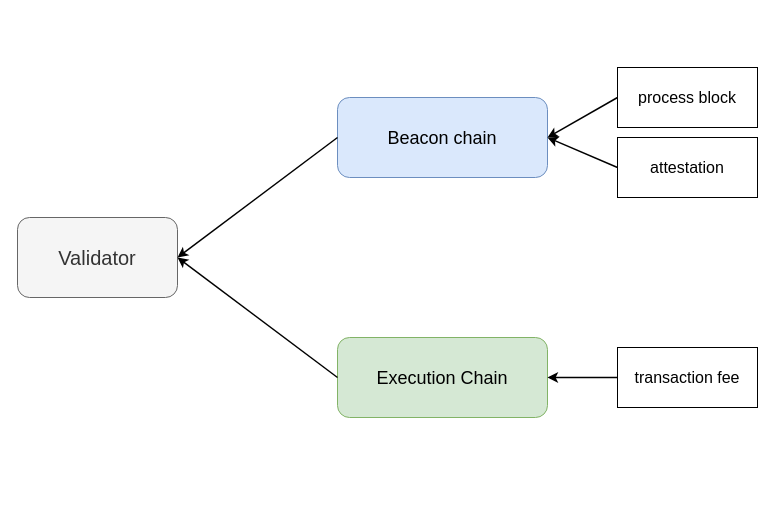
Earlier version of the draw.io diagram ethereum-research/validator & value come from.drawio (0xyicheng/a-research-diagram). Source tidied: cells renumbered, new cells numbered last; positions are measured from the earlier drawing's top-left corner, leaving out a move shared by most shapes. Both pictures are drawn from the tidied source at 100%, with x=0, y=0 at pixel (17, 67).
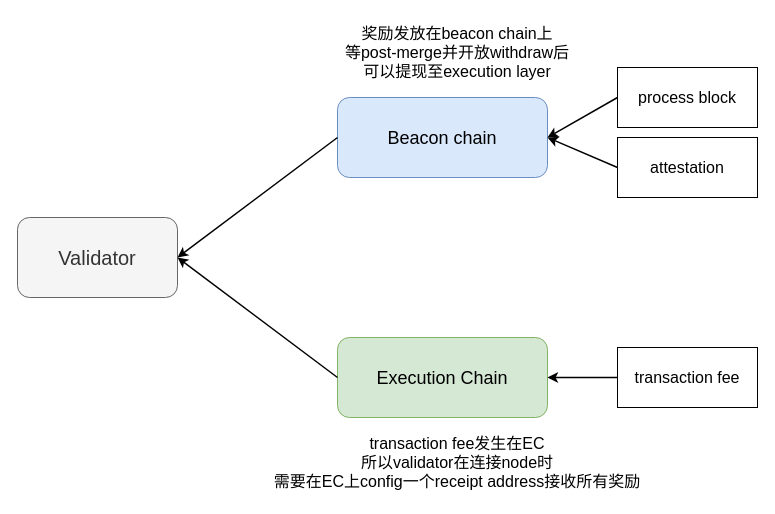
Above is the later version.

The edit, as a diff of the source:
```diff
@@
 <mxGraphModel>
   <root>
     <mxCell id="0" />
     <mxCell id="1" parent="0" />
     <mxCell id="2" value="&lt;font style=&quot;font-size: 20px;&quot;&gt;Validator&lt;/font&gt;" style="rounded=1;whiteSpace=wrap;html=1;fillColor=#f5f5f5;fontColor=#333333;strokeColor=#666666;" parent="1" vertex="1">
       <mxGeometry y="150" width="160" height="80" as="geometry" />
     </mxCell>
     <mxCell id="3" value="&lt;font style=&quot;font-size: 18px;&quot;&gt;Execution Chain&lt;/font&gt;" style="rounded=1;whiteSpace=wrap;html=1;fontSize=20;fillColor=#d5e8d4;strokeColor=#82b366;" parent="1" vertex="1">
       <mxGeometry x="320" y="270" width="210" height="80" as="geometry" />
     </mxCell>
     <mxCell id="4" value="&lt;font style=&quot;font-size: 18px;&quot;&gt;Beacon chain&lt;/font&gt;" style="rounded=1;whiteSpace=wrap;html=1;fontSize=20;fillColor=#dae8fc;strokeColor=#6c8ebf;" parent="1" vertex="1">
       <mxGeometry x="320" y="30" width="210" height="80" as="geometry" />
     </mxCell>
     <mxCell id="5" style="endArrow=classic;html=1;rounded=0;fontSize=18;strokeWidth=1.5;exitX=0;exitY=0.5;exitDx=0;exitDy=0;entryX=1;entryY=0.5;entryDx=0;entryDy=0;" parent="1" edge="1" source="4" target="2">
       <mxGeometry relative="1" as="geometry" />
     </mxCell>
     <mxCell id="6" style="endArrow=classic;html=1;rounded=0;fontSize=18;strokeWidth=1.5;exitX=0;exitY=0.5;exitDx=0;exitDy=0;entryX=1;entryY=0.5;entryDx=0;entryDy=0;" parent="1" edge="1" source="3" target="2">
       <mxGeometry relative="1" as="geometry" />
     </mxCell>
     <mxCell id="7" value="&lt;font style=&quot;font-size: 16px;&quot;&gt;process block&lt;/font&gt;" style="rounded=0;whiteSpace=wrap;html=1;fontSize=18;" parent="1" vertex="1">
       <mxGeometry x="600" width="140" height="60" as="geometry" />
     </mxCell>
     <mxCell id="8" value="&lt;font style=&quot;font-size: 16px;&quot;&gt;attestation&lt;/font&gt;" style="rounded=0;whiteSpace=wrap;html=1;fontSize=18;" parent="1" vertex="1">
       <mxGeometry x="600" y="70" width="140" height="60" as="geometry" />
     </mxCell>
     <mxCell id="9" style="endArrow=classic;html=1;rounded=0;fontSize=18;strokeWidth=1.5;exitX=0;exitY=0.5;exitDx=0;exitDy=0;entryX=1;entryY=0.5;entryDx=0;entryDy=0;" parent="1" edge="1" source="7" target="4">
       <mxGeometry relative="1" as="geometry" />
     </mxCell>
     <mxCell id="10" style="endArrow=classic;html=1;rounded=0;fontSize=18;strokeWidth=1.5;exitX=0;exitY=0.5;exitDx=0;exitDy=0;entryX=1;entryY=0.5;entryDx=0;entryDy=0;" parent="1" edge="1" source="8" target="4">
       <mxGeometry relative="1" as="geometry" />
     </mxCell>
     <mxCell id="11" value="&lt;span style=&quot;font-size: 16px;&quot;&gt;transaction fee&lt;/span&gt;" style="rounded=0;whiteSpace=wrap;html=1;fontSize=18;" parent="1" vertex="1">
       <mxGeometry x="600" y="280" width="140" height="60" as="geometry" />
     </mxCell>
     <mxCell id="12" style="endArrow=classic;html=1;rounded=0;fontSize=18;strokeWidth=1.5;exitX=0;exitY=0.5;exitDx=0;exitDy=0;entryX=1;entryY=0.5;entryDx=0;entryDy=0;" parent="1" edge="1" source="11" target="3">
       <mxGeometry relative="1" as="geometry" />
     </mxCell>
+    <mxCell id="13" value="奖励发放在beacon chain上&lt;br&gt;等post-merge并开放withdraw后&lt;br&gt;可以提现至execution layer" style="text;html=1;strokeColor=none;fillColor=none;align=center;verticalAlign=middle;whiteSpace=wrap;rounded=0;fontSize=16;" parent="1" vertex="1">
+      <mxGeometry x="230" y="-50" width="420" height="70" as="geometry" />
+    </mxCell>
+    <mxCell id="14" value="transaction fee发生在EC&lt;br&gt;所以validator在连接node时&lt;br&gt;需要在EC上config一个receipt address接收所有奖励" style="text;html=1;strokeColor=none;fillColor=none;align=center;verticalAlign=middle;whiteSpace=wrap;rounded=0;fontSize=16;" parent="1" vertex="1">
+      <mxGeometry x="230" y="360" width="420" height="70" as="geometry" />
+    </mxCell>
   </root>
 </mxGraphModel>
```
